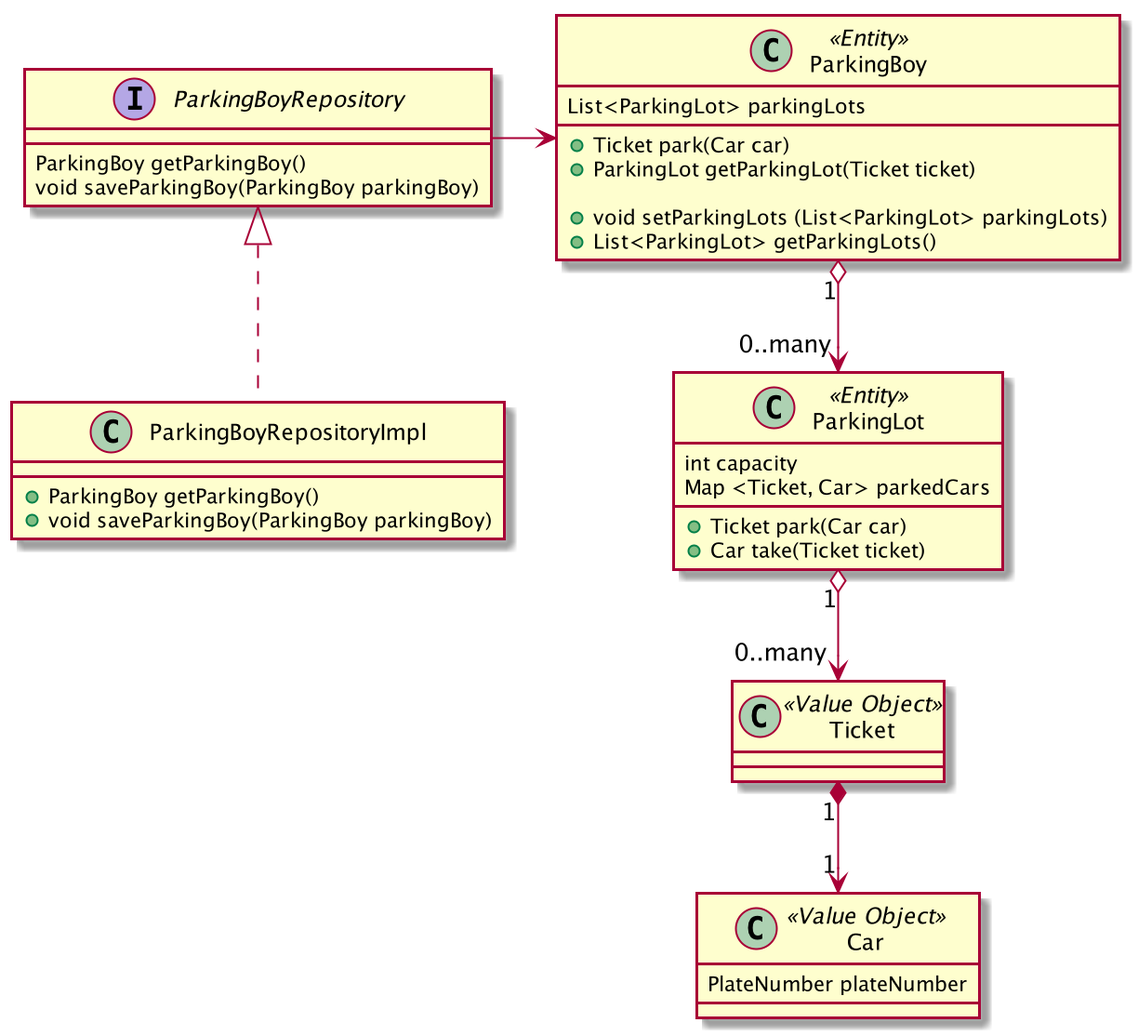
The PlantUML diagram src/main/resources/plantuml/ParkingLotsManagement.png in dlstonedl/ddd-practice, before a commit.
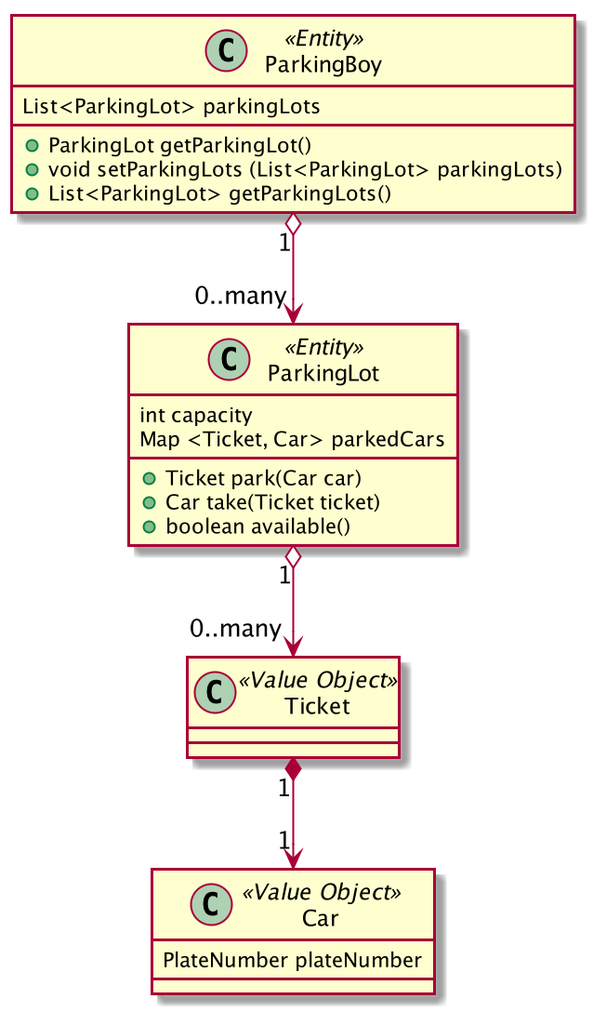
After the change.

Change to the diagram source:
```diff
@@ -3,26 +3,10 @@
 class ParkingBoy << Entity >> {
   List<ParkingLot> parkingLots
 
-  + Ticket park(Car car)
-  + ParkingLot getParkingLot(Ticket ticket)
-
+  + ParkingLot getParkingLot()
   + void setParkingLots (List<ParkingLot> parkingLots)
   + List<ParkingLot> getParkingLots()
 }
-
-interface ParkingBoyRepository {
-  ParkingBoy getParkingBoy()
-  void saveParkingBoy(ParkingBoy parkingBoy)
-}
-
-class ParkingBoyRepositoryImpl {
-  + ParkingBoy getParkingBoy()
-  + void saveParkingBoy(ParkingBoy parkingBoy)
-}
-
-ParkingBoyRepository <|.. ParkingBoyRepositoryImpl
-
-ParkingBoyRepository -> ParkingBoy
 
 class ParkingLot << Entity >> {
   int capacity
@@ -30,8 +14,8 @@
 
   + Ticket park(Car car)
   + Car take(Ticket ticket)
+  + boolean available()
 }
-
 
 Class Car << Value Object >> {
     PlateNumber plateNumber
```
